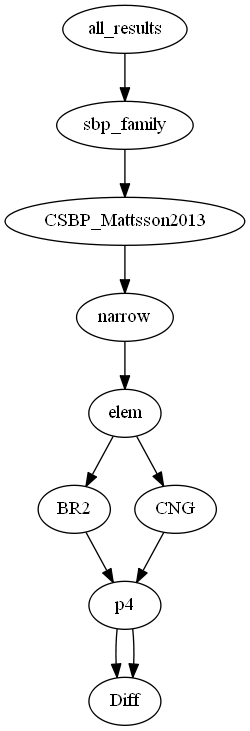
The Graphviz diagram visual/all_results_1d.dot.png in zolargwrk/PySBP, before a commit. Its source is kept beside it as visual/all_results_1d.dot.
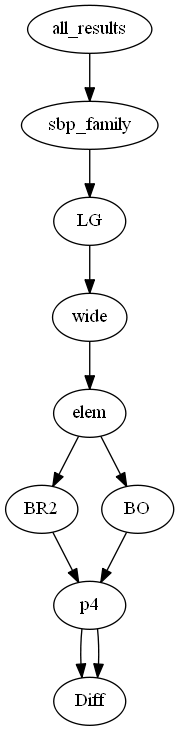
After the commit.

Change to the diagram source:
```diff
@@ -1,23 +1,23 @@
 digraph tree {
     "all_results";
     "sbp_family";
-    "CSBP_Mattsson2013";
-    "narrow";
+    "LG";
+    "wide";
     "elem";
     "BR2";
     "p4";
     "Diff";
-    "CNG";
+    "BO";
     "p4";
     "Diff";
     "all_results" -> "sbp_family";
-    "sbp_family" -> "CSBP_Mattsson2013";
-    "CSBP_Mattsson2013" -> "narrow";
-    "narrow" -> "elem";
+    "sbp_family" -> "LG";
+    "LG" -> "wide";
+    "wide" -> "elem";
     "elem" -> "BR2";
-    "elem" -> "CNG";
+    "elem" -> "BO";
     "BR2" -> "p4";
     "p4" -> "Diff";
-    "CNG" -> "p4";
+    "BO" -> "p4";
     "p4" -> "Diff";
 }
```
